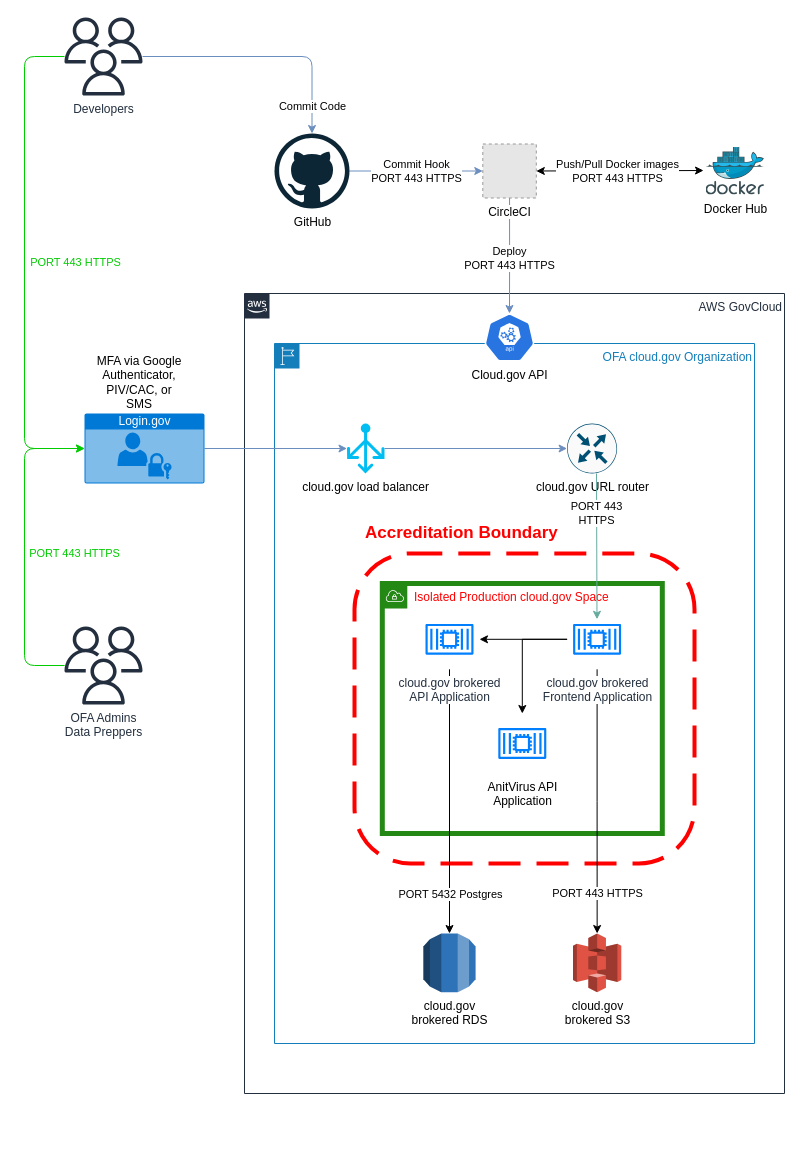
The draw.io diagram docs/Security-Compliance/diagram.drawio in HHS/TANF-app, before the edit. Source tidied: cells renumbered, new cells numbered last; positions are measured from the earlier drawing's top-left corner, leaving out a move shared by most shapes. Both pictures are drawn from the tidied source at 100%, with x=0, y=0 at pixel (24, 17). Pictures stored in the file or linked from it are replaced by grey dashed boxes.
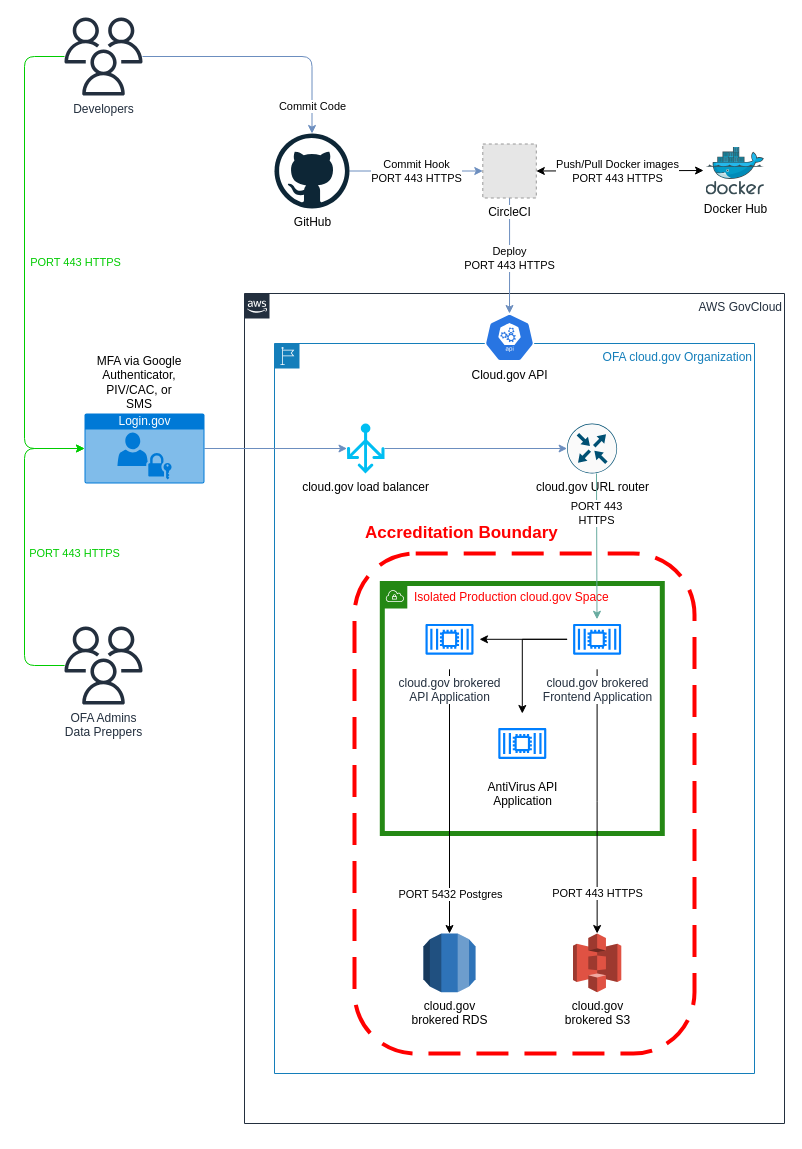
The same page after the edit.

Commit message (it also covers changes not shown here):
Update accreditation boundary diagram to include managed services

The edit, as a diff of the source:
```diff
@@
     <mxCell id="2" value="AWS GovCloud" style="points=[[0,0],[0.25,0],[0.5,0],[0.75,0],[1,0],[1,0.25],[1,0.5],[1,0.75],[1,1],[0.75,1],[0.5,1],[0.25,1],[0,1],[0,0.75],[0,0.5],[0,0.25]];outlineConnect=0;gradientColor=none;html=1;whiteSpace=wrap;fontSize=12;fontStyle=0;shape=mxgraph.aws4.group;grIcon=mxgraph.aws4.group_aws_cloud_alt;strokeColor=#232F3E;fillColor=none;verticalAlign=top;align=right;spacingLeft=30;fontColor=#232F3E;dashed=0;" parent="1" vertex="1">
-      <mxGeometry x="220" y="276" width="540" height="800" as="geometry" />
+      <mxGeometry x="220" y="276" width="540" height="830" as="geometry" />
     </mxCell>
     <mxCell id="3" value="OFA cloud.gov Organization" style="gradientColor=none;html=1;whiteSpace=wrap;fontSize=12;fontStyle=0;shape=mxgraph.aws4.group;grIcon=mxgraph.aws4.group_region;strokeColor=#147EBA;fillColor=none;verticalAlign=top;align=right;spacingLeft=30;fontColor=#147EBA;dashed=0;" parent="1" vertex="1">
-      <mxGeometry x="250" y="326" width="480" height="700" as="geometry" />
+      <mxGeometry x="250" y="326" width="480" height="730" as="geometry" />
     </mxCell>
     <mxCell id="4" style="rounded=1;arcSize=18;dashed=1;strokeColor=#ff0000;fillColor=none;gradientColor=none;dashPattern=8 4;strokeWidth=4;fontColor=#000000;" parent="1" vertex="1">
-      <mxGeometry x="330" y="536" width="340" height="310" as="geometry" />
+      <mxGeometry x="330" y="536" width="340" height="500" as="geometry" />
     </mxCell>
@@
-    <mxCell id="39" value="&lt;span style=&quot;color: rgb(0 , 0 , 0)&quot;&gt;AnitVirus API&lt;/span&gt;&lt;br style=&quot;color: rgb(0 , 0 , 0)&quot;&gt;&lt;span style=&quot;color: rgb(0 , 0 , 0)&quot;&gt;Application&lt;/span&gt;" style="outlineConnect=0;fontColor=#232F3E;gradientColor=none;dashed=0;verticalLabelPosition=bottom;verticalAlign=top;align=center;html=1;fontSize=12;fontStyle=0;shape=mxgraph.aws4.resourceIcon;resIcon=mxgraph.aws4.container_2;strokeColor=#007FFF;fillColor=none;" parent="1" vertex="1">
+    <mxCell id="39" value="&lt;span style=&quot;color: rgb(0 , 0 , 0)&quot;&gt;AntiVirus API&lt;/span&gt;&lt;br style=&quot;color: rgb(0 , 0 , 0)&quot;&gt;&lt;span style=&quot;color: rgb(0 , 0 , 0)&quot;&gt;Application&lt;/span&gt;" style="outlineConnect=0;fontColor=#232F3E;gradientColor=none;dashed=0;verticalLabelPosition=bottom;verticalAlign=top;align=center;html=1;fontSize=12;fontStyle=0;shape=mxgraph.aws4.resourceIcon;resIcon=mxgraph.aws4.container_2;strokeColor=#007FFF;fillColor=none;" parent="1" vertex="1">
       <mxGeometry x="467.8" y="696" width="60" height="60" as="geometry" />
     </mxCell>
```
